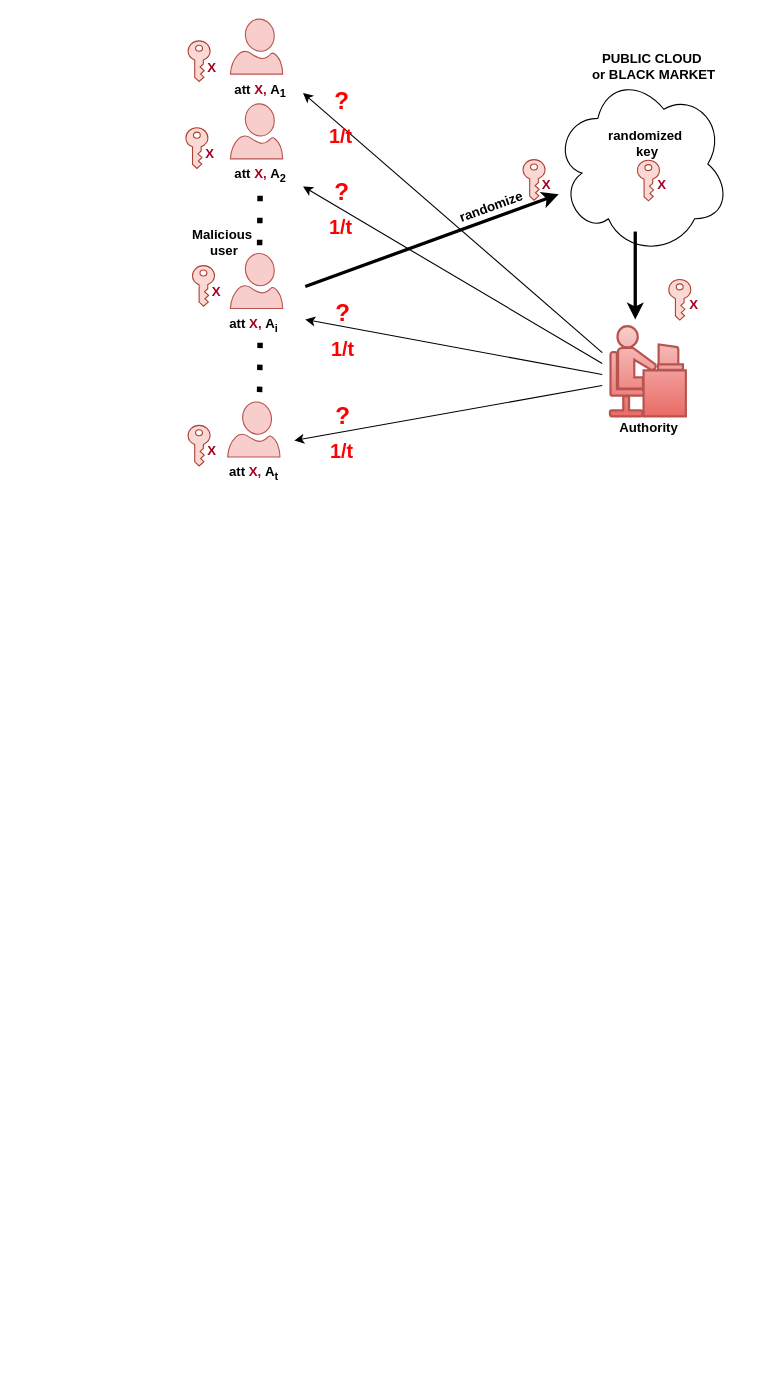
Earlier version of the draw.io diagram AKL.drawio (huyle84/diagrams). Source tidied: cells renumbered, new cells numbered last; positions are measured from the earlier drawing's top-left corner, leaving out a move shared by most shapes. Both pictures are drawn from the tidied source at 110%, with x=0, y=0 at pixel (179, 19).
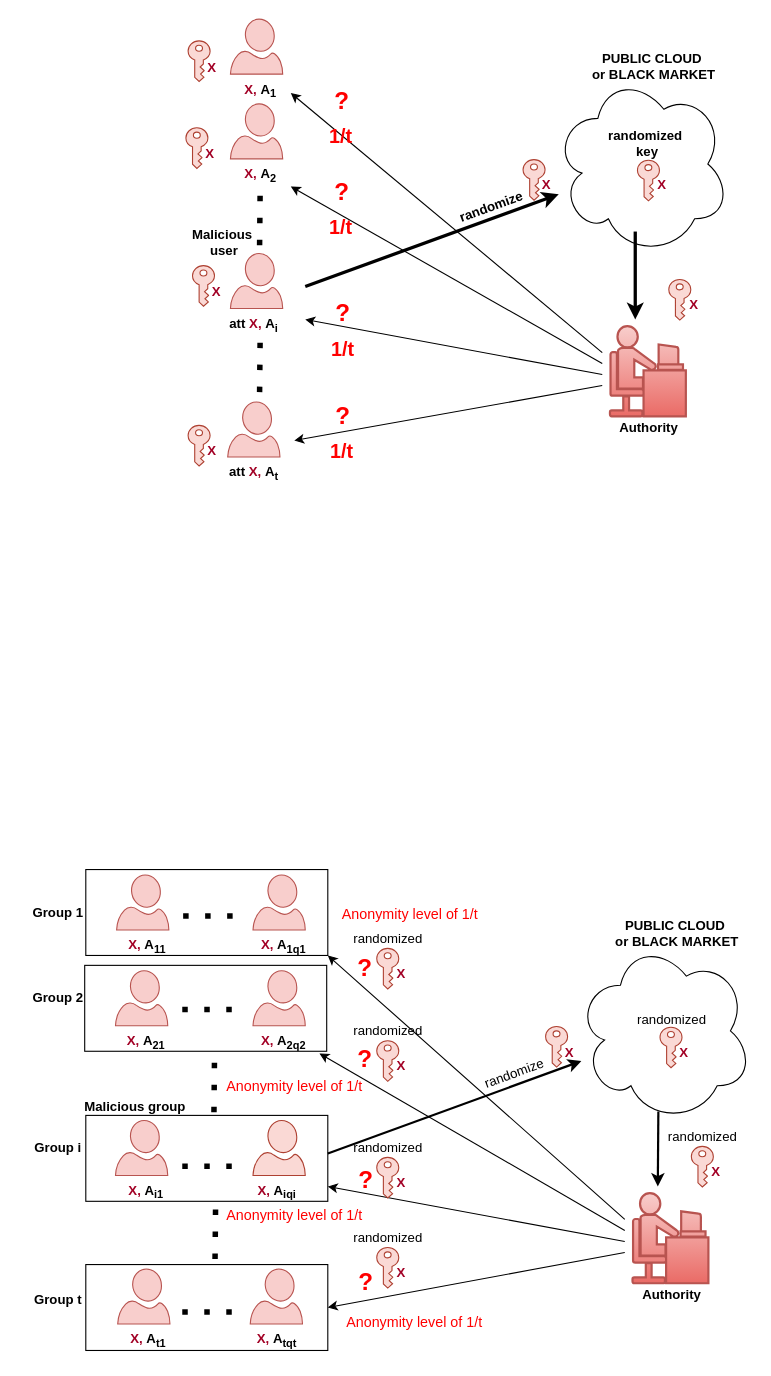
After the change.

Diff of the diagram source:
```diff
@@
-    <mxCell id="6" value="att&amp;nbsp;&lt;font color=&quot;#a20025&quot;&gt;X,&lt;/font&gt;&amp;nbsp;A&lt;sub&gt;1&lt;/sub&gt;" style="text;html=1;align=center;verticalAlign=middle;points=[];strokeColor=none;fillColor=none;fontStyle=1;" parent="1" vertex="1">
-      <mxGeometry x="38" y="49.9" width="70" height="30" as="geometry" />
+    <mxCell id="6" value="&lt;font color=&quot;#a20025&quot;&gt;X,&lt;/font&gt;&amp;nbsp;A&lt;sub&gt;1&lt;/sub&gt;" style="text;html=1;align=center;verticalAlign=middle;points=[];strokeColor=none;fillColor=none;fontStyle=1;" parent="1" vertex="1">
+      <mxGeometry x="48" y="49.9" width="50" height="30" as="geometry" />
     </mxCell>
@@
-    <mxCell id="18" value="att&amp;nbsp;&lt;font color=&quot;#a20025&quot;&gt;X,&lt;/font&gt;&amp;nbsp;A&lt;sub&gt;2&lt;/sub&gt;" style="text;html=1;align=center;verticalAlign=middle;points=[];strokeColor=none;fillColor=none;fontStyle=1;" parent="1" vertex="1">
-      <mxGeometry x="38" y="126.9" width="70" height="30" as="geometry" />
+    <mxCell id="18" value="&lt;font color=&quot;#a20025&quot;&gt;X,&lt;/font&gt;&amp;nbsp;A&lt;sub&gt;2&lt;/sub&gt;" style="text;html=1;align=center;verticalAlign=middle;points=[];strokeColor=none;fillColor=none;fontStyle=1;" parent="1" vertex="1">
+      <mxGeometry x="48" y="126.9" width="50" height="30" as="geometry" />
     </mxCell>
@@
+    <mxCell id="47" style="rounded=0;whiteSpace=wrap;html=1;" parent="1" vertex="1">
+      <mxGeometry x="-85.5" y="1132.1" width="220" height="78.1" as="geometry" />
+    </mxCell>
+    <mxCell id="48" style="rounded=0;whiteSpace=wrap;html=1;" parent="1" vertex="1">
+      <mxGeometry x="-85.5" y="996.5" width="220" height="78.1" as="geometry" />
+    </mxCell>
+    <mxCell id="49" style="rounded=0;whiteSpace=wrap;html=1;" parent="1" vertex="1">
+      <mxGeometry x="-86.5" y="860.1" width="220" height="78.1" as="geometry" />
+    </mxCell>
+    <mxCell id="50" style="rounded=0;whiteSpace=wrap;html=1;" parent="1" vertex="1">
+      <mxGeometry x="-85.5" y="773" width="220" height="78.1" as="geometry" />
+    </mxCell>
+    <mxCell id="51" style="ellipse;shape=cloud;whiteSpace=wrap;html=1;" parent="1" vertex="1">
+      <mxGeometry x="360.5" y="836.7" width="160" height="166" as="geometry" />
+    </mxCell>
+    <mxCell id="52" style="verticalLabelPosition=bottom;html=1;verticalAlign=top;align=center;strokeColor=#b85450;fillColor=#f8cecc;shape=mxgraph.azure.user;" parent="1" vertex="1">
+      <mxGeometry x="66.5" y="778" width="47.5" height="50" as="geometry" />
+    </mxCell>
+    <mxCell id="53" style="verticalLabelPosition=bottom;html=1;verticalAlign=top;align=center;strokeColor=#ae4132;fillColor=#fad9d5;shape=mxgraph.azure.user;" parent="1" vertex="1">
+      <mxGeometry x="66.5" y="1001.1" width="47.5" height="50" as="geometry" />
+    </mxCell>
+    <mxCell id="54" style="verticalLabelPosition=bottom;html=1;verticalAlign=top;align=center;strokeColor=#b85450;fillColor=#f8cecc;shape=mxgraph.azure.user;" parent="1" vertex="1">
+      <mxGeometry x="64" y="1136.1" width="47.5" height="50" as="geometry" />
+    </mxCell>
+    <mxCell id="55" value="&lt;font color=&quot;#a20025&quot;&gt;X,&lt;/font&gt;&amp;nbsp;A&lt;sub&gt;1q1&lt;/sub&gt;" style="text;html=1;align=center;verticalAlign=middle;strokeColor=none;fillColor=none;fontStyle=1;" parent="1" vertex="1">
+      <mxGeometry x="63.5" y="828" width="60" height="30" as="geometry" />
+    </mxCell>
+    <mxCell id="56" style="sketch=0;shadow=0;dashed=0;html=1;strokeColor=#ae4132;labelPosition=center;verticalLabelPosition=bottom;verticalAlign=top;align=center;shape=mxgraph.office.security.key_permissions;fillColor=#fad9d5;rotation=0;" parent="1" vertex="1">
+      <mxGeometry x="436.5" y="916.3" width="20" height="36.9" as="geometry" />
+    </mxCell>
+    <mxCell id="57" value="PUBLIC CLOUD&lt;div&gt;&amp;nbsp;or BLACK MARKET&lt;/div&gt;" style="text;html=1;align=center;verticalAlign=middle;strokeColor=none;fillColor=none;fontStyle=1;" parent="1" vertex="1">
+      <mxGeometry x="384.5" y="811" width="130" height="40" as="geometry" />
+    </mxCell>
+    <mxCell id="58" value="randomized" style="text;html=1;align=center;verticalAlign=middle;strokeColor=none;fillColor=none;fontStyle=0;" parent="1" vertex="1">
+      <mxGeometry x="401.5" y="894.6" width="90" height="30" as="geometry" />
+    </mxCell>
+    <mxCell id="59" style="sketch=0;shadow=0;dashed=0;html=1;strokeColor=#ae4132;labelPosition=center;verticalLabelPosition=bottom;verticalAlign=top;align=center;shape=mxgraph.office.security.key_permissions;fillColor=#fad9d5;rotation=0;" parent="1" vertex="1">
+      <mxGeometry x="332.5" y="915.7" width="20" height="36.9" as="geometry" />
+    </mxCell>
+    <mxCell id="60" value="&lt;font color=&quot;#a20025&quot;&gt;X&lt;/font&gt;" style="text;html=1;align=center;verticalAlign=middle;strokeColor=none;fillColor=none;fontStyle=1;" parent="1" vertex="1">
+      <mxGeometry x="338.5" y="924.6" width="30" height="30" as="geometry" />
+    </mxCell>
+    <mxCell id="61" style="endArrow=classic;html=1;rounded=0;strokeWidth=2;" parent="1" edge="1" target="51">
+      <mxGeometry relative="1" as="geometry">
+        <mxPoint x="134.5" y="1031.1" as="sourcePoint" />
+      </mxGeometry>
+    </mxCell>
+    <mxCell id="62" value="randomize" style="text;html=1;align=center;verticalAlign=middle;strokeColor=none;fillColor=none;fontStyle=0;rotation=-20;" parent="1" vertex="1">
+      <mxGeometry x="263.5" y="944.3" width="80" height="30" as="geometry" />
+    </mxCell>
+    <mxCell id="63" value="&lt;font color=&quot;#a20025&quot;&gt;X,&lt;/font&gt;&amp;nbsp;A&lt;sub&gt;iqi&lt;/sub&gt;" style="text;html=1;align=center;verticalAlign=middle;strokeColor=none;fillColor=none;fontStyle=1;" parent="1" vertex="1">
+      <mxGeometry x="57.8" y="1051.1" width="60" height="30" as="geometry" />
+    </mxCell>
+    <mxCell id="64" value="&lt;font color=&quot;#a20025&quot;&gt;X,&lt;/font&gt;&amp;nbsp;A&lt;sub&gt;tqt&lt;/sub&gt;" style="text;html=1;align=center;verticalAlign=middle;strokeColor=none;fillColor=none;fontStyle=1;" parent="1" vertex="1">
+      <mxGeometry x="57.8" y="1186.1" width="60" height="30" as="geometry" />
+    </mxCell>
+    <mxCell id="65" value="Malicious group" style="text;html=1;align=center;verticalAlign=middle;strokeColor=none;fillColor=none;fontStyle=1;" parent="1" vertex="1">
+      <mxGeometry x="-96" y="974.1" width="110" height="30" as="geometry" />
+    </mxCell>
+    <mxCell id="66" style="verticalLabelPosition=bottom;html=1;verticalAlign=top;align=center;strokeColor=#b85450;fillColor=#f8cecc;shape=mxgraph.azure.user;" parent="1" vertex="1">
+      <mxGeometry x="66.5" y="865" width="47.5" height="50" as="geometry" />
+    </mxCell>
+    <mxCell id="67" value="&lt;font color=&quot;#a20025&quot;&gt;X,&lt;/font&gt;&amp;nbsp;A&lt;sub&gt;2q2&lt;/sub&gt;" style="text;html=1;align=center;verticalAlign=middle;points=[];strokeColor=none;fillColor=none;fontStyle=1;" parent="1" vertex="1">
+      <mxGeometry x="63.5" y="915" width="60" height="30" as="geometry" />
+    </mxCell>
+    <mxCell id="68" style="shape=mxgraph.cisco.people.androgenous_person;html=1;dashed=0;fillColor=#f8cecc;strokeColor=#b85450;strokeWidth=2;verticalLabelPosition=bottom;verticalAlign=top;align=center;gradientColor=#ea6b66;" parent="1" vertex="1">
+      <mxGeometry x="411.5" y="1067.1" width="69" height="82" as="geometry" />
+    </mxCell>
+    <mxCell id="69" value="&lt;font color=&quot;#a20025&quot;&gt;X&lt;/font&gt;" style="text;html=1;align=center;verticalAlign=middle;strokeColor=none;fillColor=none;fontStyle=1;" parent="1" vertex="1">
+      <mxGeometry x="443" y="924.6" width="30" height="30" as="geometry" />
+    </mxCell>
+    <mxCell id="70" style="endArrow=classic;html=1;rounded=0;strokeWidth=2;" parent="1" edge="1">
+      <mxGeometry relative="1" as="geometry">
+        <mxPoint x="435" y="993" as="sourcePoint" />
+        <mxPoint x="434.5" y="1061.1" as="targetPoint" />
+      </mxGeometry>
+    </mxCell>
+    <mxCell id="71" style="sketch=0;shadow=0;dashed=0;html=1;strokeColor=#ae4132;labelPosition=center;verticalLabelPosition=bottom;verticalAlign=top;align=center;shape=mxgraph.office.security.key_permissions;fillColor=#fad9d5;rotation=0;" parent="1" vertex="1">
+      <mxGeometry x="465" y="1024.7" width="20" height="36.9" as="geometry" />
+    </mxCell>
+    <mxCell id="72" value="&lt;font color=&quot;#a20025&quot;&gt;X&lt;/font&gt;" style="text;html=1;align=center;verticalAlign=middle;strokeColor=none;fillColor=none;fontStyle=1;" parent="1" vertex="1">
+      <mxGeometry x="472" y="1033.1" width="30" height="30" as="geometry" />
+    </mxCell>
+    <mxCell id="73" style="endArrow=classic;html=1;rounded=0;entryX=1;entryY=1;entryDx=0;entryDy=0;" parent="1" edge="1" target="50">
+      <mxGeometry relative="1" as="geometry">
+        <mxPoint x="404.5" y="1091.1" as="sourcePoint" />
+      </mxGeometry>
+    </mxCell>
+    <mxCell id="74" style="endArrow=classic;html=1;rounded=0;entryX=1.057;entryY=0.838;entryDx=0;entryDy=0;entryPerimeter=0;" parent="1" edge="1" target="67">
+      <mxGeometry relative="1" as="geometry">
+        <mxPoint x="404.5" y="1101.1" as="sourcePoint" />
+      </mxGeometry>
+    </mxCell>
+    <mxCell id="75" style="endArrow=classic;html=1;rounded=0;" parent="1" edge="1">
+      <mxGeometry relative="1" as="geometry">
+        <mxPoint x="404.5" y="1111.1" as="sourcePoint" />
+        <mxPoint x="134.5" y="1061.1" as="targetPoint" />
+      </mxGeometry>
+    </mxCell>
+    <mxCell id="76" style="endArrow=classic;html=1;rounded=0;" parent="1" edge="1">
+      <mxGeometry relative="1" as="geometry">
+        <mxPoint x="404.5" y="1121.1" as="sourcePoint" />
+        <mxPoint x="134.5" y="1171.1" as="targetPoint" />
+      </mxGeometry>
+    </mxCell>
+    <mxCell id="77" value="&lt;b&gt;&lt;font color=&quot;#ff0000&quot; style=&quot;font-size: 22px;&quot;&gt;?&lt;/font&gt;&lt;/b&gt;" style="text;html=1;align=center;verticalAlign=middle;strokeColor=none;fillColor=none;" parent="1" vertex="1">
+      <mxGeometry x="147.5" y="843.1" width="40" height="40" as="geometry" />
+    </mxCell>
+    <mxCell id="78" value="&lt;font style=&quot;caret-color: rgb(255, 0, 0); color: rgb(255, 0, 0); font-weight: 400; font-size: 13px;&quot;&gt;Anonymity level&amp;nbsp;&lt;/font&gt;&lt;span style=&quot;caret-color: rgb(255, 0, 0); color: rgb(255, 0, 0); font-weight: 400; font-size: 13px;&quot;&gt;of 1/t&lt;/span&gt;" style="text;html=1;align=center;verticalAlign=middle;strokeColor=none;fillColor=none;fontStyle=1;" parent="1" vertex="1">
+      <mxGeometry x="133.5" y="798" width="150" height="30" as="geometry" />
+    </mxCell>
+    <mxCell id="79" value="randomized" style="text;html=1;align=center;verticalAlign=middle;strokeColor=none;fillColor=none;fontStyle=0;" parent="1" vertex="1">
+      <mxGeometry x="430" y="1001.1" width="90" height="30" as="geometry" />
+    </mxCell>
+    <mxCell id="80" value="&lt;b&gt;&lt;font color=&quot;#ff0000&quot; style=&quot;font-size: 22px;&quot;&gt;?&lt;/font&gt;&lt;/b&gt;" style="text;html=1;align=center;verticalAlign=middle;strokeColor=none;fillColor=none;" parent="1" vertex="1">
+      <mxGeometry x="147.5" y="925.6" width="40" height="40" as="geometry" />
+    </mxCell>
+    <mxCell id="81" value="&lt;font style=&quot;caret-color: rgb(255, 0, 0); color: rgb(255, 0, 0); font-weight: 400; font-size: 13px;&quot;&gt;Anonymity level&amp;nbsp;&lt;/font&gt;&lt;span style=&quot;caret-color: rgb(255, 0, 0); color: rgb(255, 0, 0); font-weight: 400; font-size: 13px;&quot;&gt;of 1/t&lt;/span&gt;" style="text;html=1;align=center;verticalAlign=middle;strokeColor=none;fillColor=none;fontStyle=1;" parent="1" vertex="1">
+      <mxGeometry x="29" y="954.6" width="150" height="30" as="geometry" />
+    </mxCell>
+    <mxCell id="82" value="&lt;b&gt;&lt;font color=&quot;#ff0000&quot; style=&quot;font-size: 22px;&quot;&gt;?&lt;/font&gt;&lt;/b&gt;" style="text;html=1;align=center;verticalAlign=middle;strokeColor=none;fillColor=none;" parent="1" vertex="1">
+      <mxGeometry x="148.5" y="1035.6" width="40" height="40" as="geometry" />
+    </mxCell>
+    <mxCell id="83" value="&lt;span style=&quot;color: rgb(255, 0, 0);&quot;&gt;&lt;font style=&quot;font-weight: 400; font-size: 13px;&quot;&gt;Anonymity level&amp;nbsp;&lt;/font&gt;&lt;span style=&quot;font-weight: 400; font-size: 13px; color: rgb(255, 0, 0);&quot;&gt;of 1/t&lt;/span&gt;&lt;/span&gt;" style="text;html=1;align=center;verticalAlign=middle;strokeColor=none;fillColor=none;fontStyle=1;" parent="1" vertex="1">
+      <mxGeometry x="29" y="1071.6" width="150" height="30" as="geometry" />
+    </mxCell>
+    <mxCell id="84" value="&lt;b&gt;&lt;font color=&quot;#ff0000&quot; style=&quot;font-size: 22px;&quot;&gt;?&lt;/font&gt;&lt;/b&gt;" style="text;html=1;align=center;verticalAlign=middle;strokeColor=none;fillColor=none;" parent="1" vertex="1">
+      <mxGeometry x="148.5" y="1129.1" width="40" height="40" as="geometry" />
+    </mxCell>
+    <mxCell id="85" value="&lt;font style=&quot;caret-color: rgb(255, 0, 0); color: rgb(255, 0, 0); font-weight: 400; font-size: 13px;&quot;&gt;Anonymity level&amp;nbsp;&lt;/font&gt;&lt;span style=&quot;caret-color: rgb(255, 0, 0); color: rgb(255, 0, 0); font-weight: 400; font-size: 13px;&quot;&gt;of 1/t&lt;/span&gt;" style="text;html=1;align=center;verticalAlign=middle;strokeColor=none;fillColor=none;fontStyle=1;" parent="1" vertex="1">
+      <mxGeometry x="138" y="1169.1" width="150" height="30" as="geometry" />
+    </mxCell>
+    <mxCell id="86" value="Authority" style="text;html=1;align=center;verticalAlign=middle;strokeColor=none;fillColor=none;fontStyle=1;" parent="1" vertex="1">
+      <mxGeometry x="411.5" y="1145.1" width="70" height="30" as="geometry" />
+    </mxCell>
+    <mxCell id="87" style="endArrow=none;dashed=1;html=1;dashPattern=1 3;strokeWidth=5;rounded=0;" parent="1" edge="1">
+      <mxGeometry relative="1" as="geometry">
+        <mxPoint x="32" y="1127.1" as="sourcePoint" />
+        <mxPoint x="32.5" y="1077.1" as="targetPoint" />
+      </mxGeometry>
+    </mxCell>
+    <mxCell id="88" style="endArrow=none;dashed=1;html=1;dashPattern=1 3;strokeWidth=5;rounded=0;" parent="1" edge="1">
+      <mxGeometry relative="1" as="geometry">
+        <mxPoint x="31" y="993.6" as="sourcePoint" />
+        <mxPoint x="31.5" y="943.6" as="targetPoint" />
+      </mxGeometry>
+    </mxCell>
+    <mxCell id="89" style="verticalLabelPosition=bottom;html=1;verticalAlign=top;align=center;strokeColor=#b85450;fillColor=#f8cecc;shape=mxgraph.azure.user;" parent="1" vertex="1">
+      <mxGeometry x="-57.5" y="778" width="47.5" height="50" as="geometry" />
+    </mxCell>
+    <mxCell id="90" value="&lt;font color=&quot;#a20025&quot;&gt;X,&lt;/font&gt;&amp;nbsp;A&lt;sub&gt;11&lt;/sub&gt;" style="text;html=1;align=center;verticalAlign=middle;strokeColor=none;fillColor=none;fontStyle=1;" parent="1" vertex="1">
+      <mxGeometry x="-60.5" y="828" width="60" height="30" as="geometry" />
+    </mxCell>
+    <mxCell id="91" style="verticalLabelPosition=bottom;html=1;verticalAlign=top;align=center;strokeColor=#b85450;fillColor=#f8cecc;shape=mxgraph.azure.user;" parent="1" vertex="1">
+      <mxGeometry x="-58.5" y="865" width="47.5" height="50" as="geometry" />
+    </mxCell>
+    <mxCell id="92" value="&lt;font color=&quot;#a20025&quot;&gt;X,&lt;/font&gt;&amp;nbsp;A&lt;sub&gt;21&lt;/sub&gt;" style="text;html=1;align=center;verticalAlign=middle;strokeColor=none;fillColor=none;fontStyle=1;" parent="1" vertex="1">
+      <mxGeometry x="-61.5" y="915" width="60" height="30" as="geometry" />
+    </mxCell>
+    <mxCell id="93" style="verticalLabelPosition=bottom;html=1;verticalAlign=top;align=center;strokeColor=#b85450;fillColor=#f8cecc;shape=mxgraph.azure.user;" parent="1" vertex="1">
+      <mxGeometry x="-58.5" y="1001.1" width="47.5" height="50" as="geometry" />
+    </mxCell>
+    <mxCell id="94" value="&lt;font color=&quot;#a20025&quot;&gt;X,&lt;/font&gt;&amp;nbsp;A&lt;sub&gt;i1&lt;/sub&gt;" style="text;html=1;align=center;verticalAlign=middle;strokeColor=none;fillColor=none;fontStyle=1;" parent="1" vertex="1">
+      <mxGeometry x="-56.5" y="1051.1" width="50" height="30" as="geometry" />
+    </mxCell>
+    <mxCell id="95" style="verticalLabelPosition=bottom;html=1;verticalAlign=top;align=center;strokeColor=#b85450;fillColor=#f8cecc;shape=mxgraph.azure.user;" parent="1" vertex="1">
+      <mxGeometry x="-56.5" y="1136.1" width="47.5" height="50" as="geometry" />
+    </mxCell>
+    <mxCell id="96" value="&lt;font color=&quot;#a20025&quot;&gt;X,&lt;/font&gt;&amp;nbsp;A&lt;sub&gt;t1&lt;/sub&gt;" style="text;html=1;align=center;verticalAlign=middle;strokeColor=none;fillColor=none;fontStyle=1;" parent="1" vertex="1">
+      <mxGeometry x="-54.5" y="1186.1" width="50" height="30" as="geometry" />
+    </mxCell>
+    <mxCell id="97" style="endArrow=none;dashed=1;html=1;dashPattern=1 3;strokeWidth=5;rounded=0;" parent="1" edge="1">
+      <mxGeometry relative="1" as="geometry">
+        <mxPoint x="3" y="815.3" as="sourcePoint" />
+        <mxPoint x="53.5" y="815.1" as="targetPoint" />
+      </mxGeometry>
+    </mxCell>
+    <mxCell id="98" style="endArrow=none;dashed=1;html=1;dashPattern=1 3;strokeWidth=5;rounded=0;" parent="1" edge="1">
+      <mxGeometry relative="1" as="geometry">
+        <mxPoint x="2.2" y="900.3" as="sourcePoint" />
+        <mxPoint x="52.8" y="900.1" as="targetPoint" />
+      </mxGeometry>
+    </mxCell>
+    <mxCell id="99" style="endArrow=none;dashed=1;html=1;dashPattern=1 3;strokeWidth=5;rounded=0;" parent="1" edge="1">
+      <mxGeometry relative="1" as="geometry">
+        <mxPoint x="2.2" y="1042.8" as="sourcePoint" />
+        <mxPoint x="52.8" y="1042.6" as="targetPoint" />
+      </mxGeometry>
+    </mxCell>
+    <mxCell id="100" style="endArrow=none;dashed=1;html=1;dashPattern=1 3;strokeWidth=5;rounded=0;" parent="1" edge="1">
+      <mxGeometry relative="1" as="geometry">
+        <mxPoint x="2.2" y="1175.3" as="sourcePoint" />
+        <mxPoint x="52.8" y="1175.1" as="targetPoint" />
+      </mxGeometry>
+    </mxCell>
+    <mxCell id="101" value="Group 1" style="text;html=1;align=center;verticalAlign=middle;strokeColor=none;fillColor=none;fontStyle=1;" parent="1" vertex="1">
+      <mxGeometry x="-146" y="798" width="70" height="30" as="geometry" />
+    </mxCell>
+    <mxCell id="102" value="Group 2" style="text;html=1;align=center;verticalAlign=middle;strokeColor=none;fillColor=none;fontStyle=1;" parent="1" vertex="1">
+      <mxGeometry x="-146" y="875" width="70" height="30" as="geometry" />
+    </mxCell>
+    <mxCell id="103" value="Group i" style="text;html=1;align=center;verticalAlign=middle;strokeColor=none;fillColor=none;fontStyle=1;" parent="1" vertex="1">
+      <mxGeometry x="-141" y="1011.1" width="60" height="30" as="geometry" />
+    </mxCell>
+    <mxCell id="104" value="Group t" style="text;html=1;align=center;verticalAlign=middle;strokeColor=none;fillColor=none;fontStyle=1;" parent="1" vertex="1">
+      <mxGeometry x="-141" y="1149.1" width="60" height="30" as="geometry" />
+    </mxCell>
+    <mxCell id="105" style="sketch=0;shadow=0;dashed=0;html=1;strokeColor=#ae4132;labelPosition=center;verticalLabelPosition=bottom;verticalAlign=top;align=center;shape=mxgraph.office.security.key_permissions;fillColor=#fad9d5;rotation=0;" parent="1" vertex="1">
+      <mxGeometry x="179" y="844.7" width="20" height="36.9" as="geometry" />
+    </mxCell>
+    <mxCell id="106" value="&lt;font color=&quot;#a20025&quot;&gt;X&lt;/font&gt;" style="text;html=1;align=center;verticalAlign=middle;strokeColor=none;fillColor=none;fontStyle=1;" parent="1" vertex="1">
+      <mxGeometry x="186" y="853.1" width="30" height="30" as="geometry" />
+    </mxCell>
+    <mxCell id="107" value="randomized" style="text;html=1;align=center;verticalAlign=middle;strokeColor=none;fillColor=none;fontStyle=0;" parent="1" vertex="1">
+      <mxGeometry x="144" y="821.1" width="90" height="30" as="geometry" />
+    </mxCell>
+    <mxCell id="108" style="sketch=0;shadow=0;dashed=0;html=1;strokeColor=#ae4132;labelPosition=center;verticalLabelPosition=bottom;verticalAlign=top;align=center;shape=mxgraph.office.security.key_permissions;fillColor=#fad9d5;rotation=0;" parent="1" vertex="1">
+      <mxGeometry x="179" y="928.6" width="20" height="36.9" as="geometry" />
+    </mxCell>
+    <mxCell id="109" value="&lt;font color=&quot;#a20025&quot;&gt;X&lt;/font&gt;" style="text;html=1;align=center;verticalAlign=middle;strokeColor=none;fillColor=none;fontStyle=1;" parent="1" vertex="1">
+      <mxGeometry x="186" y="937" width="30" height="30" as="geometry" />
+    </mxCell>
+    <mxCell id="110" value="randomized" style="text;html=1;align=center;verticalAlign=middle;strokeColor=none;fillColor=none;fontStyle=0;" parent="1" vertex="1">
+      <mxGeometry x="144" y="905" width="90" height="30" as="geometry" />
+    </mxCell>
+    <mxCell id="111" style="sketch=0;shadow=0;dashed=0;html=1;strokeColor=#ae4132;labelPosition=center;verticalLabelPosition=bottom;verticalAlign=top;align=center;shape=mxgraph.office.security.key_permissions;fillColor=#fad9d5;rotation=0;" parent="1" vertex="1">
+      <mxGeometry x="179" y="1034.7" width="20" height="36.9" as="geometry" />
+    </mxCell>
+    <mxCell id="112" value="&lt;font color=&quot;#a20025&quot;&gt;X&lt;/font&gt;" style="text;html=1;align=center;verticalAlign=middle;strokeColor=none;fillColor=none;fontStyle=1;" parent="1" vertex="1">
+      <mxGeometry x="186" y="1043.1" width="30" height="30" as="geometry" />
+    </mxCell>
+    <mxCell id="113" value="randomized" style="text;html=1;align=center;verticalAlign=middle;strokeColor=none;fillColor=none;fontStyle=0;" parent="1" vertex="1">
+      <mxGeometry x="144" y="1011.1" width="90" height="30" as="geometry" />
+    </mxCell>
+    <mxCell id="114" style="sketch=0;shadow=0;dashed=0;html=1;strokeColor=#ae4132;labelPosition=center;verticalLabelPosition=bottom;verticalAlign=top;align=center;shape=mxgraph.office.security.key_permissions;fillColor=#fad9d5;rotation=0;" parent="1" vertex="1">
+      <mxGeometry x="179" y="1116.6" width="20" height="36.9" as="geometry" />
+    </mxCell>
+    <mxCell id="115" value="&lt;font color=&quot;#a20025&quot;&gt;X&lt;/font&gt;" style="text;html=1;align=center;verticalAlign=middle;strokeColor=none;fillColor=none;fontStyle=1;" parent="1" vertex="1">
+      <mxGeometry x="186" y="1125" width="30" height="30" as="geometry" />
+    </mxCell>
+    <mxCell id="116" value="randomized" style="text;html=1;align=center;verticalAlign=middle;strokeColor=none;fillColor=none;fontStyle=0;" parent="1" vertex="1">
+      <mxGeometry x="144" y="1093" width="90" height="30" as="geometry" />
+    </mxCell>
```
